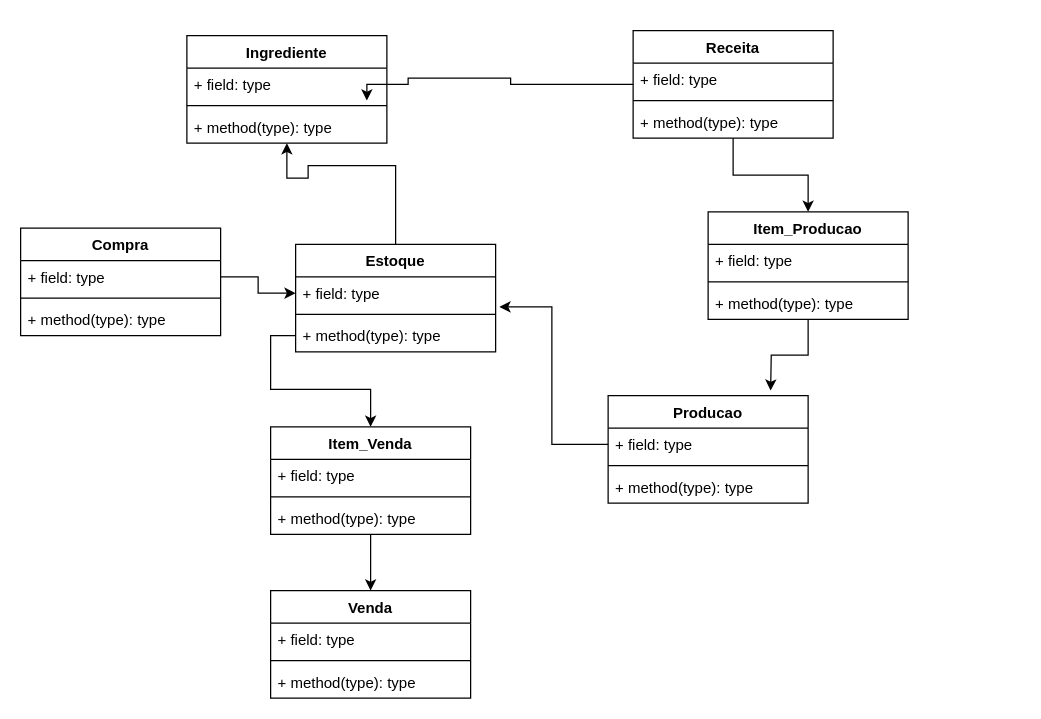
Before: diagrama inicial.drawio in fernandobranbila/karencakes, a draw.io diagram. Source tidied: cells renumbered, new cells numbered last; positions are measured from the earlier drawing's top-left corner, leaving out a move shared by most shapes. Both pictures are drawn from the tidied source at 125%, with x=0, y=0 at pixel (20, 30).
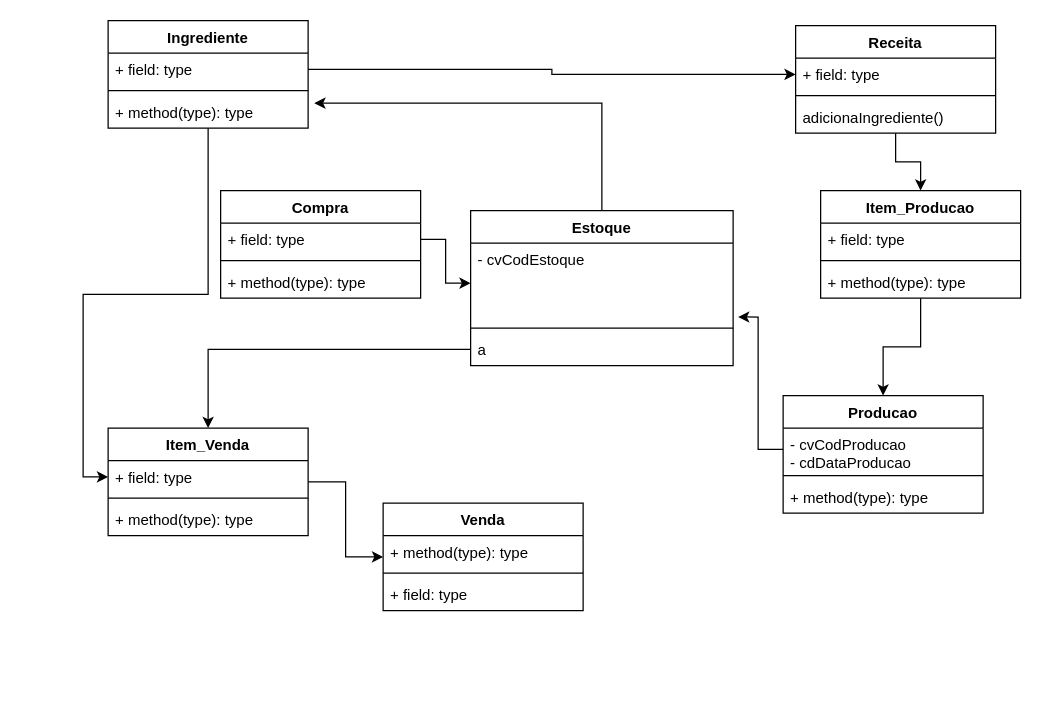
After the change.

Commit message:
modificacao diagrama

The change refers to these unchanged cells:
```xml
<mxCell id="5" value="+ field: type" style="text;strokeColor=none;fillColor=none;align=left;verticalAlign=top;spacingLeft=4;spacingRight=4;overflow=hidden;points=[[0,0.5],[1,0.5]];portConstraint=eastwest;" parent="4" vertex="1">
  <mxGeometry y="26" width="160" height="26" as="geometry" />
</mxCell>
<mxCell id="31" value="+ field: type" style="text;strokeColor=none;fillColor=none;align=left;verticalAlign=top;spacingLeft=4;spacingRight=4;overflow=hidden;points=[[0,0.5],[1,0.5]];portConstraint=eastwest;" parent="30" vertex="1">
  <mxGeometry y="26" width="160" height="26" as="geometry" />
</mxCell>
```

Diff of the diagram source:
```diff
@@
-    <mxCell id="2" style="edgeStyle=orthogonalEdgeStyle;rounded=0;jettySize=auto;html=1;entryX=0.9;entryY=1;entryDx=0;entryDy=0;entryPerimeter=0;" parent="1" edge="1" source="4" target="9">
-      <mxGeometry relative="1" as="geometry">
-        <Array as="points">
-          <mxPoint x="392" y="43" />
-          <mxPoint x="392" y="38" />
-          <mxPoint x="310" y="38" />
-          <mxPoint x="310" y="43" />
-          <mxPoint x="277" y="43" />
-        </Array>
-      </mxGeometry>
-    </mxCell>
@@
     <mxCell id="4" value="Receita&#10;&#10;" style="swimlane;fontStyle=1;align=center;verticalAlign=top;horizontal=1;startSize=26;" parent="1" vertex="1">
-      <mxGeometry x="490" width="160" height="86" as="geometry" />
+      <mxGeometry x="620" y="-4" width="160" height="86" as="geometry" />
     </mxCell>
@@
-    <mxCell id="7" value="+ method(type): type" style="text;strokeColor=none;fillColor=none;align=left;verticalAlign=top;spacingLeft=4;spacingRight=4;overflow=hidden;" parent="4" vertex="1">
+    <mxCell id="7" value="adicionaIngrediente()" style="text;strokeColor=none;fillColor=none;align=left;verticalAlign=top;spacingLeft=4;spacingRight=4;overflow=hidden;" parent="4" vertex="1">
       <mxGeometry y="60" width="160" height="26" as="geometry" />
     </mxCell>
-    <mxCell id="8" value="Ingrediente&#10;&#10;" style="swimlane;fontStyle=1;align=center;verticalAlign=top;horizontal=1;startSize=26;" parent="1" vertex="1">
-      <mxGeometry x="133" y="4" width="160" height="86" as="geometry" />
-    </mxCell>
-    <mxCell id="9" value="+ field: type" style="text;strokeColor=none;fillColor=none;align=left;verticalAlign=top;spacingLeft=4;spacingRight=4;overflow=hidden;points=[[0,0.5],[1,0.5]];portConstraint=eastwest;" parent="8" vertex="1">
-      <mxGeometry y="26" width="160" height="26" as="geometry" />
-    </mxCell>
-    <mxCell id="10" style="line;strokeWidth=1;fillColor=none;align=left;verticalAlign=middle;spacingTop=-1;spacingLeft=3;spacingRight=3;labelPosition=right;" parent="8" vertex="1">
-      <mxGeometry y="52" width="160" height="8" as="geometry" />
-    </mxCell>
-    <mxCell id="11" value="+ method(type): type" style="text;strokeColor=none;fillColor=none;align=left;verticalAlign=top;spacingLeft=4;spacingRight=4;overflow=hidden;points=[[0,0.5],[1,0.5]];portConstraint=eastwest;" parent="8" vertex="1">
-      <mxGeometry y="60" width="160" height="26" as="geometry" />
-    </mxCell>
     <mxCell id="12" value="Producao&#10;&#10;" style="swimlane;fontStyle=1;align=center;verticalAlign=top;horizontal=1;startSize=26;" parent="1" vertex="1">
-      <mxGeometry x="470" y="292" width="160" height="86" as="geometry" />
+      <mxGeometry x="610" y="292" width="160" height="94" as="geometry" />
     </mxCell>
-    <mxCell id="13" value="+ field: type" style="text;strokeColor=none;fillColor=none;align=left;verticalAlign=top;spacingLeft=4;spacingRight=4;overflow=hidden;points=[[0,0.5],[1,0.5]];portConstraint=eastwest;" parent="12" vertex="1">
-      <mxGeometry y="26" width="160" height="26" as="geometry" />
+    <mxCell id="13" value="- cvCodProducao&#10;- cdDataProducao&#10;" style="text;strokeColor=none;fillColor=none;align=left;verticalAlign=top;spacingLeft=4;spacingRight=4;overflow=hidden;points=[[0,0.5],[1,0.5]];portConstraint=eastwest;" parent="12" vertex="1">
+      <mxGeometry y="26" width="160" height="34" as="geometry" />
     </mxCell>
     <mxCell id="14" style="line;strokeWidth=1;fillColor=none;align=left;verticalAlign=middle;spacingTop=-1;spacingLeft=3;spacingRight=3;labelPosition=right;" parent="12" vertex="1">
-      <mxGeometry y="52" width="160" height="8" as="geometry" />
+      <mxGeometry y="60" width="160" height="8" as="geometry" />
     </mxCell>
     <mxCell id="15" value="+ method(type): type" style="text;strokeColor=none;fillColor=none;align=left;verticalAlign=top;spacingLeft=4;spacingRight=4;overflow=hidden;" parent="12" vertex="1">
-      <mxGeometry y="60" width="160" height="26" as="geometry" />
+      <mxGeometry y="68" width="160" height="26" as="geometry" />
     </mxCell>
-    <mxCell id="16" style="edgeStyle=orthogonalEdgeStyle;rounded=0;jettySize=auto;html=1;" parent="1" edge="1" source="17" target="11">
-      <mxGeometry relative="1" as="geometry">
-        <Array as="points">
-          <mxPoint x="300" y="108" />
-          <mxPoint x="230" y="108" />
-          <mxPoint x="230" y="118" />
-          <mxPoint x="213" y="118" />
-        </Array>
-      </mxGeometry>
+    <mxCell id="16" style="edgeStyle=orthogonalEdgeStyle;rounded=0;jettySize=auto;html=1;entryX=1.031;entryY=0.231;entryDx=0;entryDy=0;entryPerimeter=0;" parent="1" edge="1" source="17" target="11">
+      <mxGeometry relative="1" as="geometry" />
     </mxCell>
     <mxCell id="17" value="Estoque&#10;&#10;" style="swimlane;fontStyle=1;align=center;verticalAlign=top;horizontal=1;startSize=26;" parent="1" vertex="1">
-      <mxGeometry x="220" y="171" width="160" height="86" as="geometry" />
+      <mxGeometry x="360" y="144" width="210" height="124" as="geometry" />
     </mxCell>
-    <mxCell id="18" value="+ field: type" style="text;strokeColor=none;fillColor=none;align=left;verticalAlign=top;spacingLeft=4;spacingRight=4;overflow=hidden;points=[[0,0.5],[1,0.5]];portConstraint=eastwest;" parent="17" vertex="1">
-      <mxGeometry y="26" width="160" height="26" as="geometry" />
+    <mxCell id="18" value="- cvCodEstoque&#10;&#10;" style="text;strokeColor=none;fillColor=none;align=left;verticalAlign=top;spacingLeft=4;spacingRight=4;overflow=hidden;points=[[0,0.5],[1,0.5]];portConstraint=eastwest;" parent="17" vertex="1">
+      <mxGeometry y="26" width="210" height="64" as="geometry" />
     </mxCell>
     <mxCell id="19" style="line;strokeWidth=1;fillColor=none;align=left;verticalAlign=middle;spacingTop=-1;spacingLeft=3;spacingRight=3;labelPosition=right;" parent="17" vertex="1">
-      <mxGeometry y="52" width="160" height="8" as="geometry" />
+      <mxGeometry y="90" width="210" height="8" as="geometry" />
     </mxCell>
-    <mxCell id="20" value="+ method(type): type" style="text;strokeColor=none;fillColor=none;align=left;verticalAlign=top;spacingLeft=4;spacingRight=4;overflow=hidden;points=[[0,0.5],[1,0.5]];portConstraint=eastwest;" parent="17" vertex="1">
-      <mxGeometry y="60" width="160" height="26" as="geometry" />
+    <mxCell id="20" value="a&#10;" style="text;strokeColor=none;fillColor=none;align=left;verticalAlign=top;spacingLeft=4;spacingRight=4;overflow=hidden;points=[[0,0.5],[1,0.5]];portConstraint=eastwest;" parent="17" vertex="1">
+      <mxGeometry y="98" width="210" height="26" as="geometry" />
     </mxCell>
     <mxCell id="21" value="Compra" style="swimlane;fontStyle=1;align=center;verticalAlign=top;horizontal=1;startSize=26;" parent="1" vertex="1">
-      <mxGeometry y="158" width="160" height="86" as="geometry" />
+      <mxGeometry x="160" y="128" width="160" height="86" as="geometry" />
     </mxCell>
@@
     <mxCell id="25" value="Venda&#10;&#10;" style="swimlane;fontStyle=1;align=center;verticalAlign=top;horizontal=1;startSize=26;" parent="1" vertex="1">
-      <mxGeometry x="200" y="448" width="160" height="86" as="geometry" />
+      <mxGeometry x="290" y="378" width="160" height="86" as="geometry" />
     </mxCell>
+    <mxCell id="28" value="+ method(type): type" style="text;strokeColor=none;fillColor=none;align=left;verticalAlign=top;spacingLeft=4;spacingRight=4;overflow=hidden;" parent="25" vertex="1">
+      <mxGeometry y="26" width="160" height="26" as="geometry" />
+    </mxCell>
+    <mxCell id="27" style="line;strokeWidth=1;fillColor=none;align=left;verticalAlign=middle;spacingTop=-1;spacingLeft=3;spacingRight=3;labelPosition=right;" parent="25" vertex="1">
+      <mxGeometry y="52" width="160" height="8" as="geometry" />
+    </mxCell>
     <mxCell id="26" value="+ field: type" style="text;strokeColor=none;fillColor=none;align=left;verticalAlign=top;spacingLeft=4;spacingRight=4;overflow=hidden;" parent="25" vertex="1">
-      <mxGeometry y="26" width="160" height="26" as="geometry" />
+      <mxGeometry y="60" width="160" height="26" as="geometry" />
     </mxCell>
-    <mxCell id="27" style="line;strokeWidth=1;fillColor=none;align=left;verticalAlign=middle;spacingTop=-1;spacingLeft=3;spacingRight=3;labelPosition=right;" parent="25" vertex="1">
-      <mxGeometry y="52" width="160" height="8" as="geometry" />
-    </mxCell>
-    <mxCell id="28" value="+ method(type): type" style="text;strokeColor=none;fillColor=none;align=left;verticalAlign=top;spacingLeft=4;spacingRight=4;overflow=hidden;" parent="25" vertex="1">
-      <mxGeometry y="60" width="160" height="26" as="geometry" />
-    </mxCell>
@@
     <mxCell id="30" value="Item_Venda&#10;&#10;" style="swimlane;fontStyle=1;align=center;verticalAlign=top;horizontal=1;startSize=26;" parent="1" vertex="1">
-      <mxGeometry x="200" y="317" width="160" height="86" as="geometry" />
+      <mxGeometry x="70" y="318" width="160" height="86" as="geometry" />
     </mxCell>
@@
-    <mxCell id="37" style="edgeStyle=orthogonalEdgeStyle;rounded=0;jettySize=auto;html=1;" parent="1" edge="1" source="38">
-      <mxGeometry relative="1" as="geometry">
-        <mxPoint x="600" y="288" as="targetPoint" />
-      </mxGeometry>
-    </mxCell>
+    <mxCell id="42" style="edgeStyle=orthogonalEdgeStyle;rounded=0;jettySize=auto;html=1;" parent="1" edge="1" source="38" target="12">
+      <mxGeometry relative="1" as="geometry" />
+    </mxCell>
     <mxCell id="38" value="Item_Producao&#10;" style="swimlane;fontStyle=1;align=center;verticalAlign=top;horizontal=1;startSize=26;" parent="1" vertex="1">
-      <mxGeometry x="550" y="145" width="160" height="86" as="geometry" />
+      <mxGeometry x="640" y="128" width="160" height="86" as="geometry" />
     </mxCell>
@@
+    <mxCell id="43" style="edgeStyle=orthogonalEdgeStyle;rounded=0;jettySize=auto;html=1;entryX=0;entryY=0.5;entryDx=0;entryDy=0;" parent="1" edge="1" source="8" target="31">
+      <mxGeometry relative="1" as="geometry" />
+    </mxCell>
+    <mxCell id="8" value="Ingrediente" style="swimlane;fontStyle=1;align=center;verticalAlign=top;horizontal=1;startSize=26;" parent="1" vertex="1">
+      <mxGeometry x="70" y="-8" width="160" height="86" as="geometry" />
+    </mxCell>
+    <mxCell id="9" value="+ field: type" style="text;strokeColor=none;fillColor=none;align=left;verticalAlign=top;spacingLeft=4;spacingRight=4;overflow=hidden;points=[[0,0.5],[1,0.5]];portConstraint=eastwest;" parent="8" vertex="1">
+      <mxGeometry y="26" width="160" height="26" as="geometry" />
+    </mxCell>
+    <mxCell id="10" style="line;strokeWidth=1;fillColor=none;align=left;verticalAlign=middle;spacingTop=-1;spacingLeft=3;spacingRight=3;labelPosition=right;" parent="8" vertex="1">
+      <mxGeometry y="52" width="160" height="8" as="geometry" />
+    </mxCell>
+    <mxCell id="11" value="+ method(type): type" style="text;strokeColor=none;fillColor=none;align=left;verticalAlign=top;spacingLeft=4;spacingRight=4;overflow=hidden;points=[[0,0.5],[1,0.5]];portConstraint=eastwest;" parent="8" vertex="1">
+      <mxGeometry y="60" width="160" height="26" as="geometry" />
+    </mxCell>
+    <mxCell id="44" style="edgeStyle=orthogonalEdgeStyle;rounded=0;jettySize=auto;html=1;" parent="1" edge="1" source="9" target="5">
+      <mxGeometry relative="1" as="geometry" />
+    </mxCell>
```
